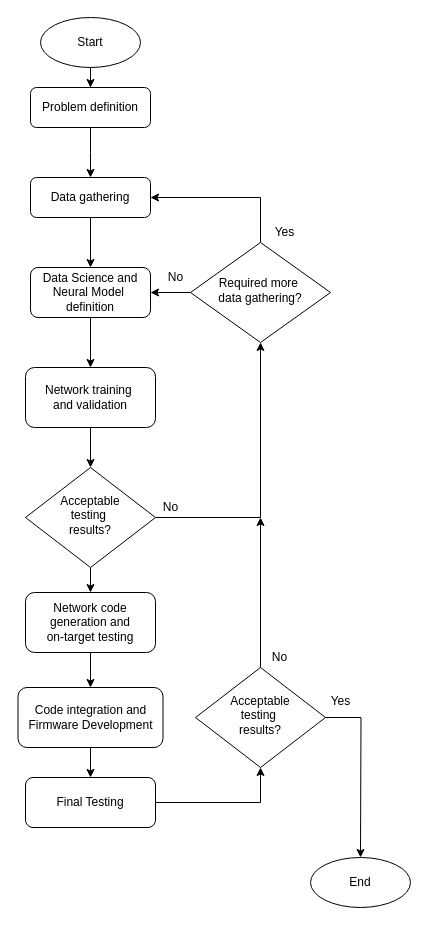
Earlier version of the draw.io diagram reports/proj_doc/diagrams/dev_flow.drawio (GiorgioCozza/AOS_AI_Movement_Recognition). Source tidied: cells renumbered, new cells numbered last; positions are measured from the earlier drawing's top-left corner, leaving out a move shared by most shapes. Both pictures are drawn from the tidied source at 100%, with x=0, y=0 at pixel (18, 17).
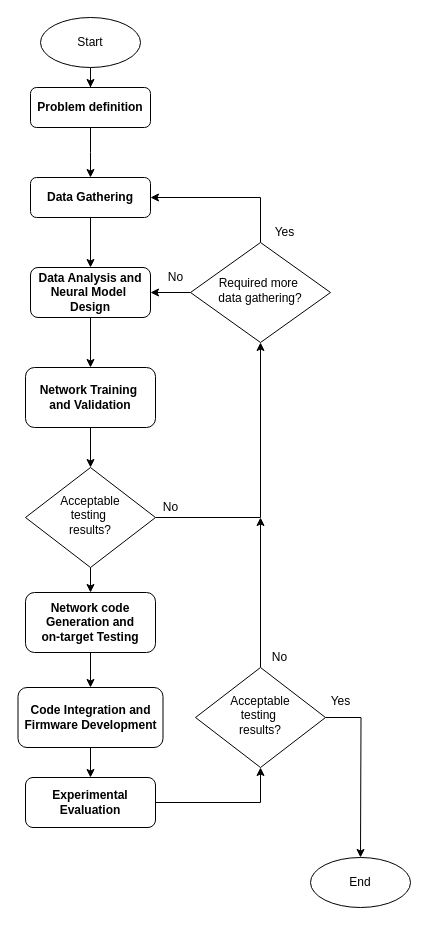
The same page after the edit.

What changed in the source:
```diff
@@
-    <mxCell id="3" value="Problem definition" style="rounded=1;whiteSpace=wrap;html=1;fontSize=12;glass=0;strokeWidth=1;shadow=0;" parent="1" vertex="1">
+    <mxCell id="3" value="&lt;b&gt;Problem definition&lt;/b&gt;" style="rounded=1;whiteSpace=wrap;html=1;fontSize=12;glass=0;strokeWidth=1;shadow=0;" parent="1" vertex="1">
       <mxGeometry x="12" y="70" width="120" height="40" as="geometry" />
     </mxCell>
@@
-    <mxCell id="5" value="Data Science and Neural Model&amp;nbsp;&lt;br&gt;definition" style="rounded=1;whiteSpace=wrap;html=1;fontSize=12;glass=0;strokeWidth=1;shadow=0;" parent="1" vertex="1">
+    <mxCell id="5" value="&lt;b&gt;Data Analysis and Neural Model&amp;nbsp;&lt;br&gt;Design&lt;/b&gt;" style="rounded=1;whiteSpace=wrap;html=1;fontSize=12;glass=0;strokeWidth=1;shadow=0;" parent="1" vertex="1">
       <mxGeometry x="12" y="250" width="120" height="50" as="geometry" />
     </mxCell>
@@
-    <mxCell id="7" value="Network training&amp;nbsp;&lt;br&gt;and validation" style="rounded=1;whiteSpace=wrap;html=1;fontSize=12;glass=0;strokeWidth=1;shadow=0;" parent="1" vertex="1">
+    <mxCell id="7" value="&lt;b&gt;Network Training&amp;nbsp;&lt;br&gt;and Validation&lt;/b&gt;" style="rounded=1;whiteSpace=wrap;html=1;fontSize=12;glass=0;strokeWidth=1;shadow=0;" parent="1" vertex="1">
       <mxGeometry x="7" y="350" width="130" height="60" as="geometry" />
     </mxCell>
@@
-    <mxCell id="12" value="Data gathering" style="rounded=1;whiteSpace=wrap;html=1;fontSize=12;glass=0;strokeWidth=1;shadow=0;" parent="1" vertex="1">
+    <mxCell id="12" value="&lt;b&gt;Data Gathering&lt;/b&gt;" style="rounded=1;whiteSpace=wrap;html=1;fontSize=12;glass=0;strokeWidth=1;shadow=0;" parent="1" vertex="1">
       <mxGeometry x="12" y="160" width="120" height="40" as="geometry" />
     </mxCell>
@@
-    <mxCell id="20" value="Network code generation and &lt;br&gt;on-target testing" style="rounded=1;whiteSpace=wrap;html=1;fontSize=12;glass=0;strokeWidth=1;shadow=0;" parent="1" vertex="1">
+    <mxCell id="20" value="&lt;b&gt;Network code Generation and &lt;br&gt;on-target Testing&lt;/b&gt;" style="rounded=1;whiteSpace=wrap;html=1;fontSize=12;glass=0;strokeWidth=1;shadow=0;" parent="1" vertex="1">
       <mxGeometry x="7" y="575" width="130" height="60" as="geometry" />
     </mxCell>
@@
-    <mxCell id="22" value="Code integration and Firmware Development" style="rounded=1;whiteSpace=wrap;html=1;fontSize=12;glass=0;strokeWidth=1;shadow=0;" parent="1" vertex="1">
+    <mxCell id="22" value="&lt;b&gt;Code Integration and Firmware Development&lt;/b&gt;" style="rounded=1;whiteSpace=wrap;html=1;fontSize=12;glass=0;strokeWidth=1;shadow=0;" parent="1" vertex="1">
       <mxGeometry x="-0.5" y="670" width="145" height="60" as="geometry" />
     </mxCell>
@@
-    <mxCell id="24" value="Final Testing" style="rounded=1;whiteSpace=wrap;html=1;fontSize=12;glass=0;strokeWidth=1;shadow=0;" parent="1" vertex="1">
+    <mxCell id="24" value="&lt;b&gt;Experimental Evaluation&lt;/b&gt;" style="rounded=1;whiteSpace=wrap;html=1;fontSize=12;glass=0;strokeWidth=1;shadow=0;" parent="1" vertex="1">
       <mxGeometry x="7" y="760" width="130" height="50" as="geometry" />
     </mxCell>
```
